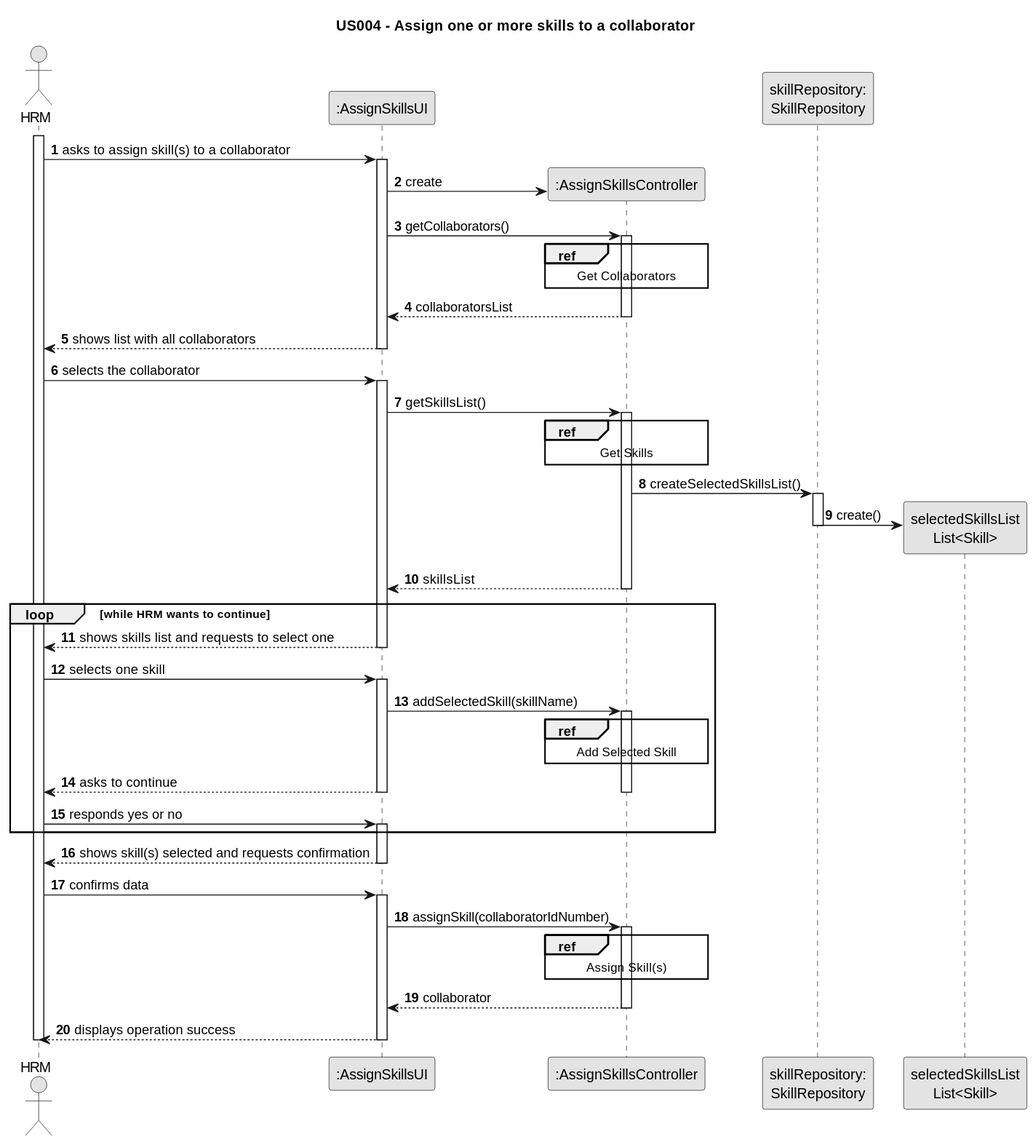
This is docs/sprintC/us004/03.design/svg/us004-sequence-diagram-split.svg from Departamento-de-Engenharia-Informatica/lei-24-s2-1dm-g132, a PlantUML export, as it was before one commit.
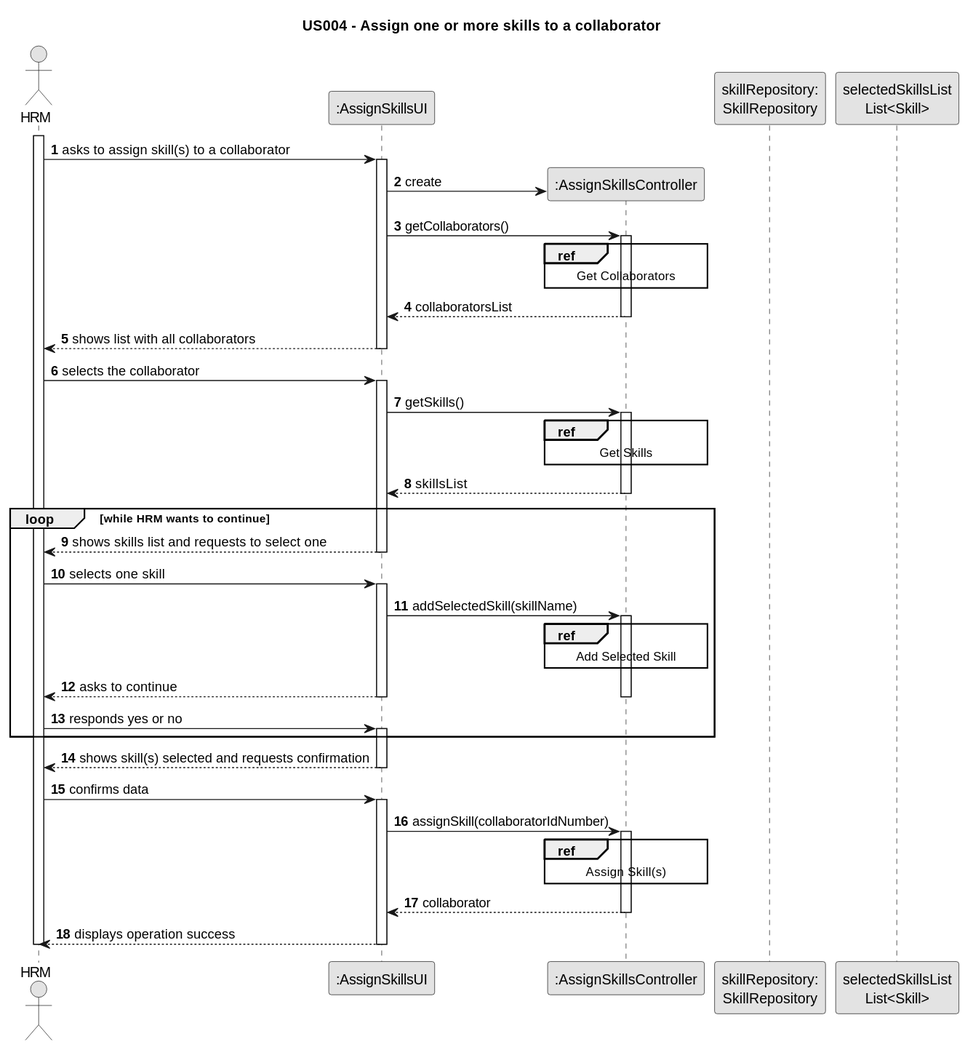
The same diagram one commit later.

Commit message:
US021 beginning of requirements engineering

What changed in the source:
```diff
@@ -36,18 +36,12 @@
     Employee -> UI : selects the collaborator
     activate UI
 
-        UI -> CTRL : getSkillsList()
+        UI -> CTRL : getSkills()
         activate CTRL
 
             ref over CTRL
                 Get Skills
             end
-
-            CTRL -> SkillRepository : createSelectedSkillsList()
-            activate SkillRepository
-
-                SkillRepository -> selectedSkillsList** : create()
-            deactivate SkillRepository
 
             CTRL --> UI : skillsList
         deactivate CTRL
```
